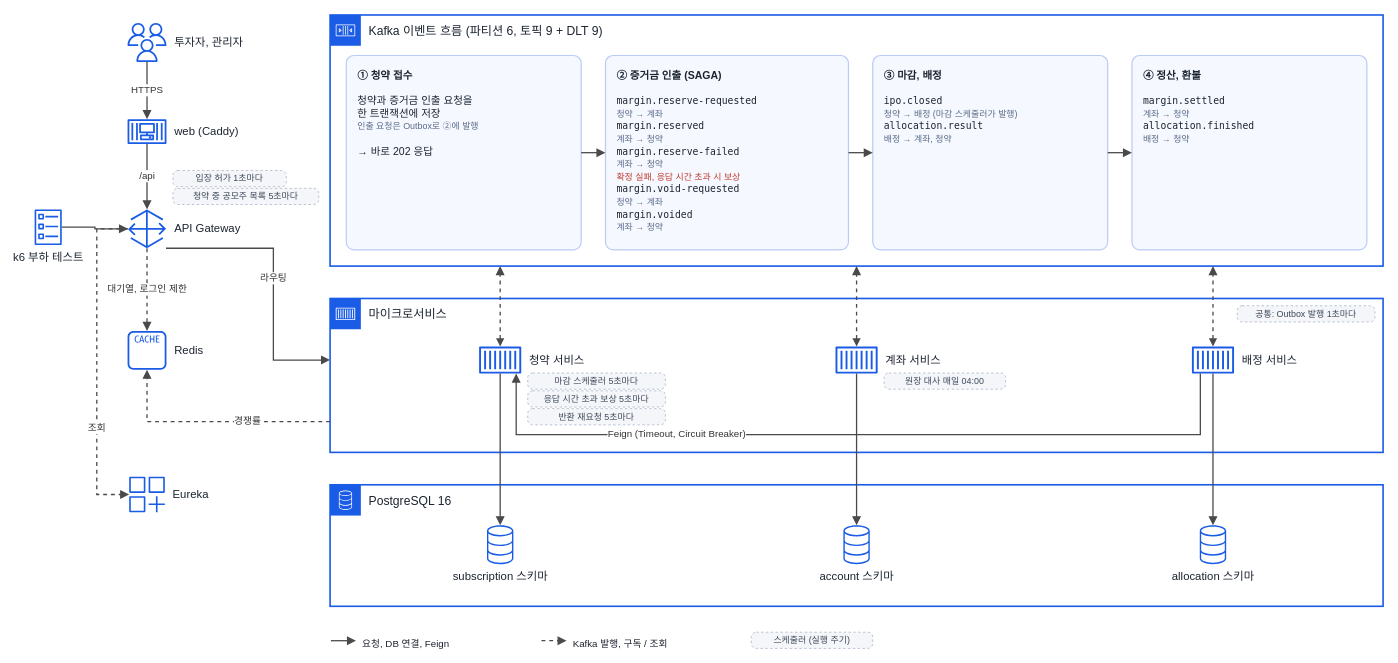
The draw.io diagram docs/images/system-blue.drawio in gongmoju-4jo/ipo-subscription, before the edit. Source tidied: cells renumbered, new cells numbered last; positions are measured from the earlier drawing's top-left corner, leaving out a move shared by most shapes. Both pictures are drawn from the tidied source at 81%, with x=0, y=0 at pixel (30, 15).
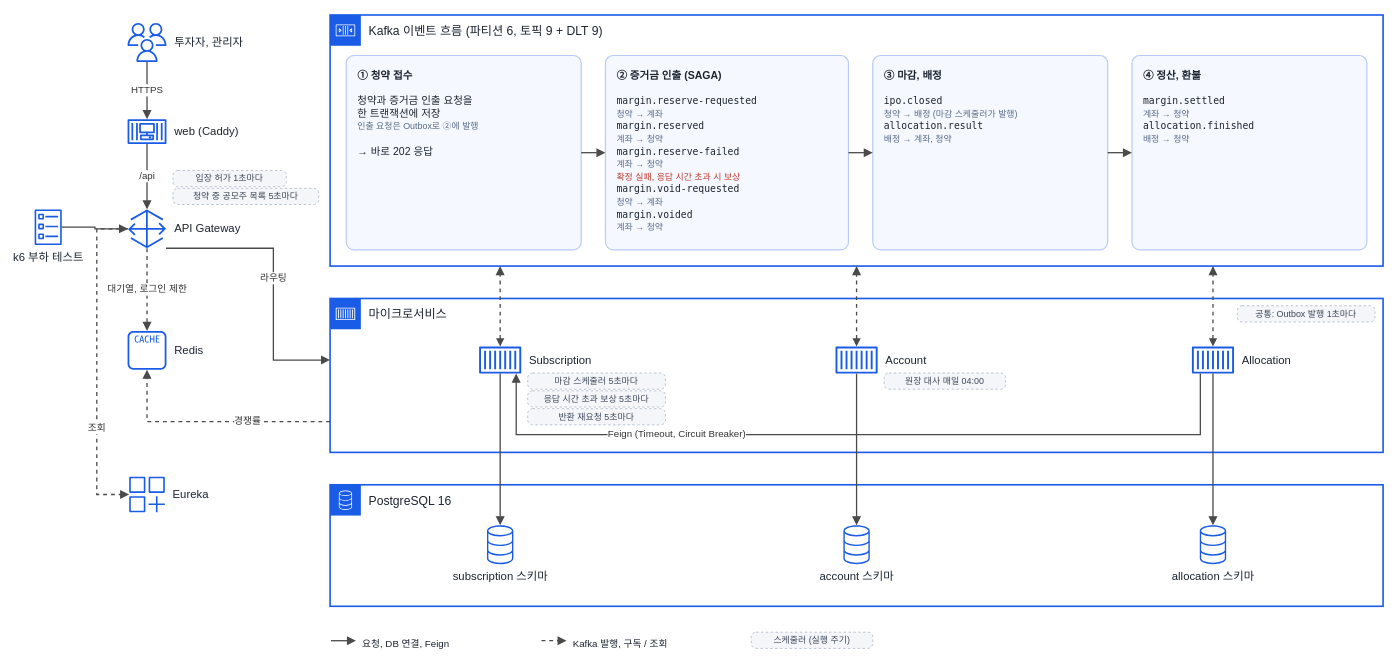
Above is the later version.

The edit, as a diff of the source:
```diff
@@
-    <mxCell id="21" value="청약 서비스" style="fontFamily=Pretendard;outlineConnect=0;dashed=0;html=1;strokeColor=none;fillColor=#1A5CE6;fontColor=#1C2430;fontSize=14;shape=mxgraph.aws4.container_1;labelPosition=right;verticalLabelPosition=middle;align=left;verticalAlign=middle;spacingLeft=8;" parent="1" vertex="1">
+    <mxCell id="21" value="Subscription" style="fontFamily=Pretendard;outlineConnect=0;dashed=0;html=1;strokeColor=none;fillColor=#1A5CE6;fontColor=#1C2430;fontSize=14;shape=mxgraph.aws4.container_1;labelPosition=right;verticalLabelPosition=middle;align=left;verticalAlign=middle;spacingLeft=8;" parent="1" vertex="1">
       <mxGeometry x="554" y="400" width="52" height="52" as="geometry" />
     </mxCell>
-    <mxCell id="22" value="계좌 서비스" style="fontFamily=Pretendard;outlineConnect=0;dashed=0;html=1;strokeColor=none;fillColor=#1A5CE6;fontColor=#1C2430;fontSize=14;shape=mxgraph.aws4.container_1;labelPosition=right;verticalLabelPosition=middle;align=left;verticalAlign=middle;spacingLeft=8;" parent="1" vertex="1">
+    <mxCell id="22" value="Account" style="fontFamily=Pretendard;outlineConnect=0;dashed=0;html=1;strokeColor=none;fillColor=#1A5CE6;fontColor=#1C2430;fontSize=14;shape=mxgraph.aws4.container_1;labelPosition=right;verticalLabelPosition=middle;align=left;verticalAlign=middle;spacingLeft=8;" parent="1" vertex="1">
       <mxGeometry x="994" y="400" width="52" height="52" as="geometry" />
     </mxCell>
-    <mxCell id="23" value="배정 서비스" style="fontFamily=Pretendard;outlineConnect=0;dashed=0;html=1;strokeColor=none;fillColor=#1A5CE6;fontColor=#1C2430;fontSize=14;shape=mxgraph.aws4.container_1;labelPosition=right;verticalLabelPosition=middle;align=left;verticalAlign=middle;spacingLeft=8;" parent="1" vertex="1">
+    <mxCell id="23" value="Allocation" style="fontFamily=Pretendard;outlineConnect=0;dashed=0;html=1;strokeColor=none;fillColor=#1A5CE6;fontColor=#1C2430;fontSize=14;shape=mxgraph.aws4.container_1;labelPosition=right;verticalLabelPosition=middle;align=left;verticalAlign=middle;spacingLeft=8;" parent="1" vertex="1">
       <mxGeometry x="1434" y="400" width="52" height="52" as="geometry" />
     </mxCell>
```
